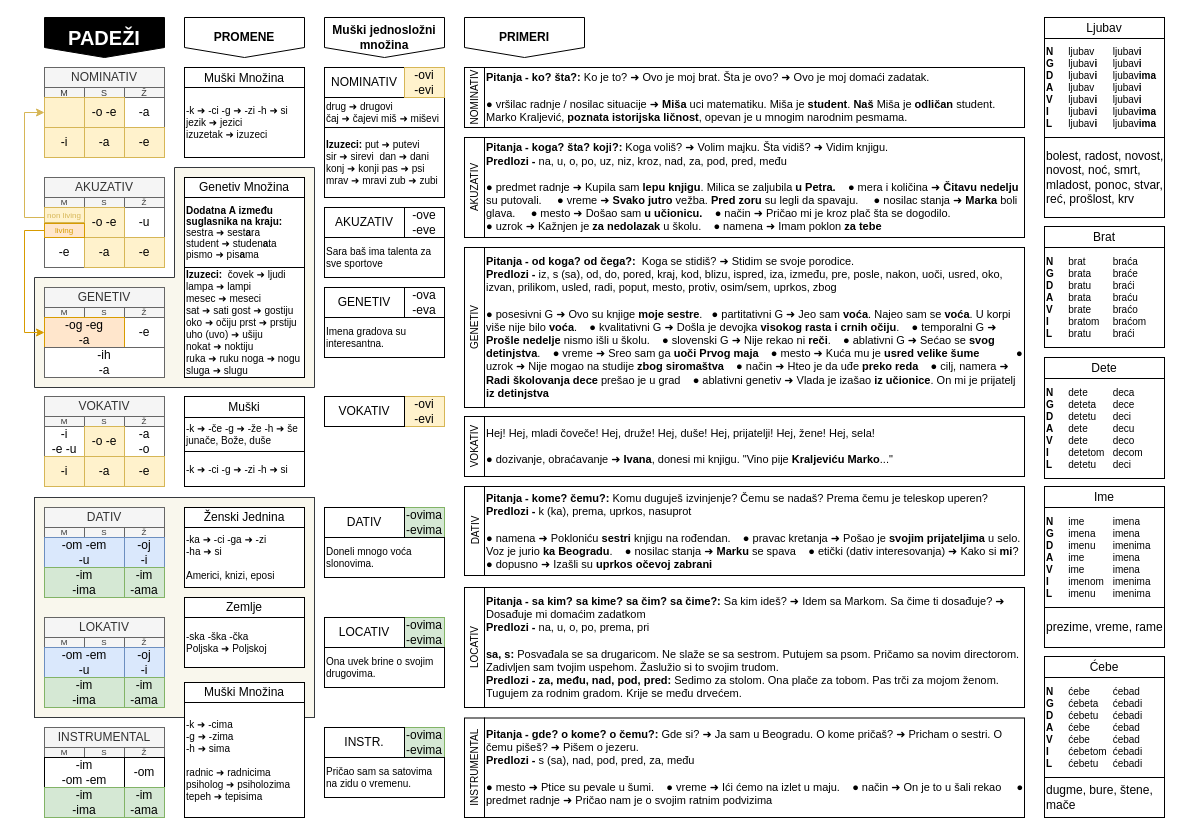
This is draws/padezi.drawio from vlandivir/srpski, a draw.io file, before an edit. Source tidied: cells renumbered, new cells numbered last; positions are measured from the earlier drawing's top-left corner, leaving out a move shared by most shapes. Both pictures are drawn from the tidied source at 100%, with x=0, y=0 at pixel (24, 17).
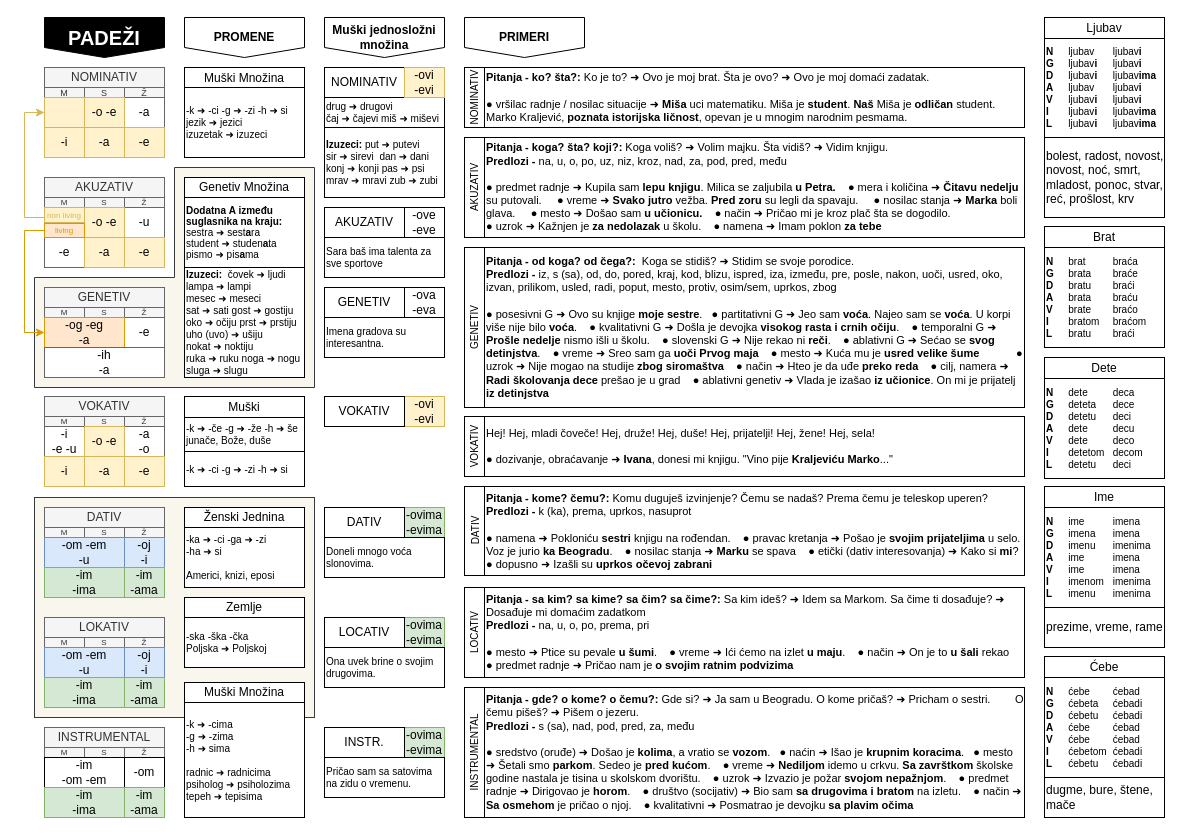
Above is the later version.

Commit message:
Second time fixes

What changed in the source:
```diff
@@
     <mxCell id="100" value="LOCATIV" style="rounded=0;whiteSpace=wrap;html=1;fontSize=10;horizontal=0;" parent="1" vertex="1">
-      <mxGeometry x="440" y="570" width="20" height="120" as="geometry" />
+      <mxGeometry x="440" y="570" width="20" height="90" as="geometry" />
     </mxCell>
     <mxCell id="101" value="INSTRUMENTAL" style="rounded=0;whiteSpace=wrap;html=1;fontSize=10;horizontal=0;" parent="1" vertex="1">
-      <mxGeometry x="440" y="700.5" width="20" height="99.5" as="geometry" />
+      <mxGeometry x="440" y="670" width="20" height="130" as="geometry" />
     </mxCell>
@@
-    <mxCell id="119" value="&lt;div style=&quot;font-size: 11px;&quot;&gt;&lt;b style=&quot;border-color: var(--border-color);&quot;&gt;&lt;font style=&quot;font-size: 11px;&quot;&gt;&lt;b&gt;Pitanja - sa kim? sa kime? sa čim? sa čime?:&lt;/b&gt;&lt;span style=&quot;font-weight: 400;&quot;&gt;&amp;nbsp;Sa kim ideš?&amp;nbsp;➜ Idem sa Markom. Sa čime ti dosađuje?&amp;nbsp;➜ Dosađuje mi domaćim zadatkom&lt;/span&gt;&lt;br&gt;&lt;/font&gt;&lt;/b&gt;&lt;/div&gt;&lt;div style=&quot;font-size: 11px;&quot;&gt;&lt;b style=&quot;border-color: var(--border-color);&quot;&gt;Predlozi -&amp;nbsp;&lt;/b&gt;&lt;span style=&quot;border-color: var(--border-color);&quot;&gt;na, u, o, po, prema, pri&lt;/span&gt;&lt;br&gt;&lt;/div&gt;&lt;div&gt;&lt;font style=&quot;font-size: 11px;&quot;&gt;&lt;b style=&quot;border-color: var(--border-color);&quot;&gt;&lt;br&gt;&lt;/b&gt;&lt;/font&gt;&lt;/div&gt;&lt;div&gt;&lt;font style=&quot;font-size: 11px;&quot;&gt;&lt;b style=&quot;border-color: var(--border-color);&quot;&gt;sa, s: &lt;/b&gt;Posvađala se sa drugaricom. Ne slaže se sa sestrom. Putujem sa psom. Pričamo sa novim directorom. Zadivljen sam tvojim uspehom. Žaslužio si to svojim trudom.&lt;br&gt;&lt;b style=&quot;border-color: var(--border-color);&quot;&gt;Predlozi - za, među, nad, pod, pred&lt;/b&gt;&lt;b style=&quot;border-color: var(--border-color);&quot;&gt;: &lt;/b&gt;Sedimo za stolom. Ona plače za tobom. Pas trči za mojom ženom. Tugujem za rodnim gradom. Krije se među drvećem.&lt;/font&gt;&lt;br&gt;&lt;/div&gt;" style="rounded=0;whiteSpace=wrap;html=1;align=left;fontSize=9;" parent="1" vertex="1">
-      <mxGeometry x="460" y="570" width="540" height="120" as="geometry" />
+    <mxCell id="119" value="&lt;div style=&quot;font-size: 11px;&quot;&gt;&lt;b style=&quot;border-color: var(--border-color);&quot;&gt;&lt;font style=&quot;font-size: 11px;&quot;&gt;&lt;b style=&quot;&quot;&gt;Pitanja - sa kim? sa kime? sa čim? sa čime?:&lt;/b&gt;&lt;span style=&quot;font-weight: 400;&quot;&gt;&amp;nbsp;Sa kim ideš?&amp;nbsp;➜ Idem sa Markom. Sa čime ti dosađuje?&amp;nbsp;➜ Dosađuje mi domaćim zadatkom&lt;/span&gt;&lt;br&gt;&lt;/font&gt;&lt;/b&gt;&lt;/div&gt;&lt;div style=&quot;font-size: 11px;&quot;&gt;&lt;font style=&quot;font-size: 11px;&quot;&gt;&lt;b style=&quot;border-color: var(--border-color);&quot;&gt;Predlozi -&amp;nbsp;&lt;/b&gt;&lt;span style=&quot;border-color: var(--border-color);&quot;&gt;na, u, o, po, prema, pri&lt;/span&gt;&lt;br&gt;&lt;/font&gt;&lt;/div&gt;&lt;div style=&quot;font-size: 11px;&quot;&gt;&lt;font style=&quot;font-size: 11px;&quot;&gt;&lt;b style=&quot;border-color: var(--border-color);&quot;&gt;&lt;br&gt;&lt;/b&gt;&lt;/font&gt;&lt;/div&gt;&lt;div style=&quot;font-size: 11px;&quot;&gt;&lt;font style=&quot;font-size: 11px;&quot;&gt;● mesto ➜ Ptice su pevale &lt;b&gt;u šumi&lt;/b&gt;.&amp;nbsp; &amp;nbsp; ● vreme ➜ Ići ćemo na izlet &lt;b&gt;u maju&lt;/b&gt;.&amp;nbsp; &amp;nbsp; ● način ➜ On je to &lt;b&gt;u šali&lt;/b&gt; rekao&amp;nbsp; &amp;nbsp; ● predmet radnje ➜ Pričao nam je &lt;b&gt;o svojim ratnim podvizima&lt;/b&gt;&lt;/font&gt;&lt;br&gt;&lt;/div&gt;" style="rounded=0;whiteSpace=wrap;html=1;align=left;fontSize=9;" parent="1" vertex="1">
+      <mxGeometry x="460" y="570" width="540" height="90" as="geometry" />
     </mxCell>
@@
-    <mxCell id="121" value="&lt;div style=&quot;font-size: 11px;&quot;&gt;&lt;font style=&quot;font-size: 11px;&quot;&gt;&lt;b&gt;Pitanja - gde? o kome? o čemu?:&amp;nbsp;&lt;/b&gt;Gde si? ➜ Ja sam u Beogradu. O kome pričaš?&amp;nbsp;➜ Pricham o sestri. O čemu pišeš?&amp;nbsp;➜ Pišem o jezeru.&lt;b&gt;&lt;br&gt;&lt;/b&gt;&lt;/font&gt;&lt;/div&gt;&lt;div style=&quot;font-size: 11px;&quot;&gt;&lt;font style=&quot;font-size: 11px;&quot;&gt;&lt;b&gt;Predlozi -&amp;nbsp;&lt;/b&gt;s (sa), nad, pod, pred, za, među&lt;br&gt;&lt;/font&gt;&lt;/div&gt;&lt;font style=&quot;font-size: 11px;&quot;&gt;&lt;font style=&quot;font-size: 11px;&quot;&gt;&lt;font style=&quot;font-size: 11px;&quot;&gt;&lt;b&gt;&lt;div&gt;&lt;font style=&quot;font-size: 11px;&quot;&gt;&lt;b&gt;&lt;br&gt;&lt;/b&gt;&lt;/font&gt;&lt;/div&gt;&lt;/b&gt;&lt;/font&gt;&lt;/font&gt;● mesto ➜ Ptice su pevale u šumi. &amp;nbsp; &amp;nbsp;● vreme ➜ Ići ćemo na izlet u maju. &amp;nbsp; &amp;nbsp;● način ➜ On je to u šali rekao &amp;nbsp; &amp;nbsp; ● predmet radnje ➜ Pričao nam je o svojim ratnim podvizima&lt;br&gt;&lt;/font&gt;" style="rounded=0;whiteSpace=wrap;html=1;align=left;fontSize=9;" parent="1" vertex="1">
-      <mxGeometry x="460" y="700.5" width="540" height="99.5" as="geometry" />
+    <mxCell id="121" value="&lt;div style=&quot;font-size: 11px;&quot;&gt;&lt;font style=&quot;font-size: 11px;&quot;&gt;&lt;b&gt;Pitanja - gde? o kome? o čemu?:&amp;nbsp;&lt;/b&gt;Gde si? ➜ Ja sam u Beogradu. O kome pričaš?&amp;nbsp;➜ Pricham o sestri.&amp;nbsp; &amp;nbsp; &amp;nbsp; &amp;nbsp; O čemu pišeš?&amp;nbsp;➜ Pišem o jezeru.&lt;b&gt;&lt;br&gt;&lt;/b&gt;&lt;/font&gt;&lt;/div&gt;&lt;div style=&quot;font-size: 11px;&quot;&gt;&lt;font style=&quot;font-size: 11px;&quot;&gt;&lt;b&gt;Predlozi -&amp;nbsp;&lt;/b&gt;s (sa), nad, pod, pred, za, među&lt;br&gt;&lt;/font&gt;&lt;/div&gt;&lt;font style=&quot;&quot;&gt;&lt;font style=&quot;font-size: 11px;&quot;&gt;&lt;font style=&quot;font-size: 11px;&quot;&gt;&lt;b&gt;&lt;div&gt;&lt;font style=&quot;font-size: 11px;&quot;&gt;&lt;b&gt;&lt;br&gt;&lt;/b&gt;&lt;/font&gt;&lt;/div&gt;&lt;/b&gt;&lt;/font&gt;&lt;/font&gt;&lt;span style=&quot;font-size: 11px;&quot;&gt;● sredstvo (oruđe) ➜ Došao je &lt;b&gt;kolima&lt;/b&gt;, a vratio se &lt;b&gt;vozom&lt;/b&gt;.&amp;nbsp; &amp;nbsp;● naćin ➜ Išao je &lt;b&gt;krupnim koracima&lt;/b&gt;.&amp;nbsp; &amp;nbsp;● mesto ➜ Šetali smo &lt;b&gt;parkom&lt;/b&gt;. Sedeo je &lt;b&gt;pred kućom&lt;/b&gt;.&amp;nbsp; &amp;nbsp; ● vreme ➜ &lt;b&gt;Nediljom&lt;/b&gt; idemo u crkvu. &lt;b&gt;Sa završtkom&lt;/b&gt; školske godine nastala je tisina u skolskom dvorištu.&amp;nbsp; &amp;nbsp; ● uzrok ➜ Izvazio je požar &lt;b&gt;svojom nepažnjom&lt;/b&gt;.&amp;nbsp; &amp;nbsp; ● predmet radnje ➜ Dirigovao je &lt;b&gt;horom&lt;/b&gt;.&amp;nbsp; &amp;nbsp; ● društvo (socijativ) ➜ Bio sam &lt;b&gt;sa drugovima i bratom&lt;/b&gt; na izletu.&amp;nbsp; &amp;nbsp; ● način ➜ &lt;b&gt;Sa osmehom&lt;/b&gt; je pričao o njoj.&amp;nbsp; &amp;nbsp; ● kvalitativni ➜ Posmatrao je devojku &lt;b&gt;sa plavim očima&lt;/b&gt;&lt;/span&gt;&lt;br&gt;&lt;/font&gt;" style="rounded=0;whiteSpace=wrap;html=1;align=left;fontSize=9;" parent="1" vertex="1">
+      <mxGeometry x="460" y="670" width="540" height="130" as="geometry" />
     </mxCell>
```
